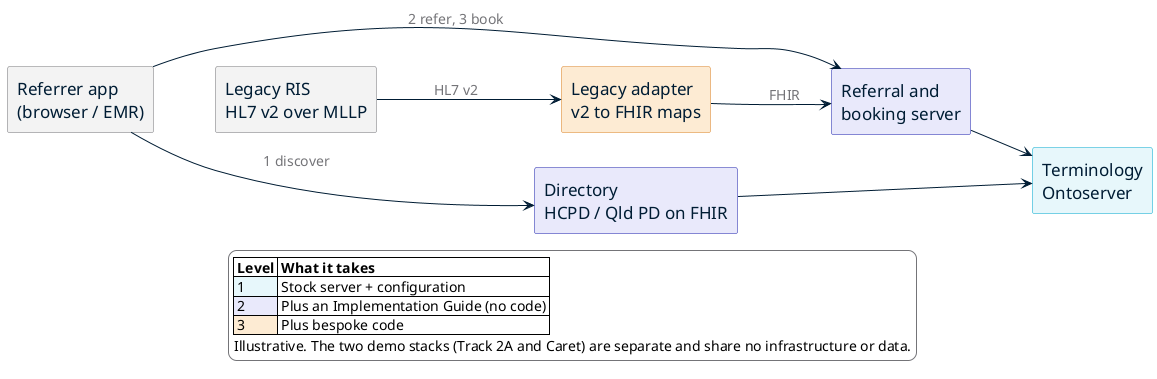
Before: 2026-10-29/2-FHIR-For-Services/slides/diagrams/services-architecture.png, a diagram exported from PlantUML (aehrc/qh-connectathon).
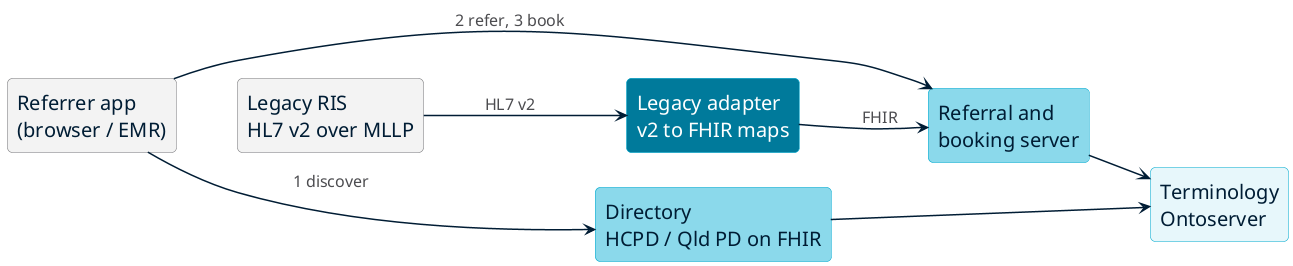
After the change.

Diff of the diagram source:
```diff
@@ -1,28 +1,14 @@
 @startuml services-architecture
-skinparam backgroundColor transparent
-skinparam shadowing false
-skinparam defaultFontName Calibri
-skinparam defaultFontSize 17
+!include palette.iuml
 skinparam componentStyle rectangle
-skinparam ArrowColor #001D34
-skinparam ArrowFontColor #757579
-skinparam ArrowFontSize 14
-skinparam component {
-  FontColor #001D34
-  BorderColor #757579
-}
-skinparam legend {
-  BackgroundColor #FFFFFF
-  BorderColor #757579
-}
 left to right direction
 
-component "Referrer app\n(browser / EMR)" as REF #F2F2F2
-component "Legacy RIS\nHL7 v2 over MLLP" as RIS #F2F2F2
-component "Directory\nHCPD / Qld PD on FHIR" as DIR #E8E9FA;line:1E22AA
-component "Referral and\nbooking server" as SRV #E8E9FA;line:1E22AA
-component "Legacy adapter\nv2 to FHIR maps" as ADP #FDEBD3;line:D9822B
-component "Terminology\nOntoserver" as TX #E6F6FA;line:00A9CE
+rectangle "Referrer app\n(browser / EMR)" as REF #F2F2F2;line:757579
+rectangle "Legacy RIS\nHL7 v2 over MLLP" as RIS #F2F2F2;line:757579
+rectangle "Directory\nHCPD / Qld PD on FHIR" as DIR #$L2
+rectangle "Referral and\nbooking server" as SRV #$L2
+rectangle "<color:white>Legacy adapter</color>\n<color:white>v2 to FHIR maps</color>" as ADP #$L3
+rectangle "Terminology\nOntoserver" as TX #$L1
 
 REF --> DIR : 1 discover
 REF --> SRV : 2 refer, 3 book
@@ -35,11 +21,4 @@
 DIR -[hidden]down-> SRV
 SRV -[hidden]down-> ADP
 
-legend bottom
-  |= Level |= What it takes |
-  |<#E6F6FA> 1 | Stock server + configuration |
-  |<#E8E9FA> 2 | Plus an Implementation Guide (no code) |
-  |<#FDEBD3> 3 | Plus bespoke code |
-  Illustrative. The two demo stacks (Track 2A and Caret) are separate and share no infrastructure or data.
-endlegend
 @enduml
```
